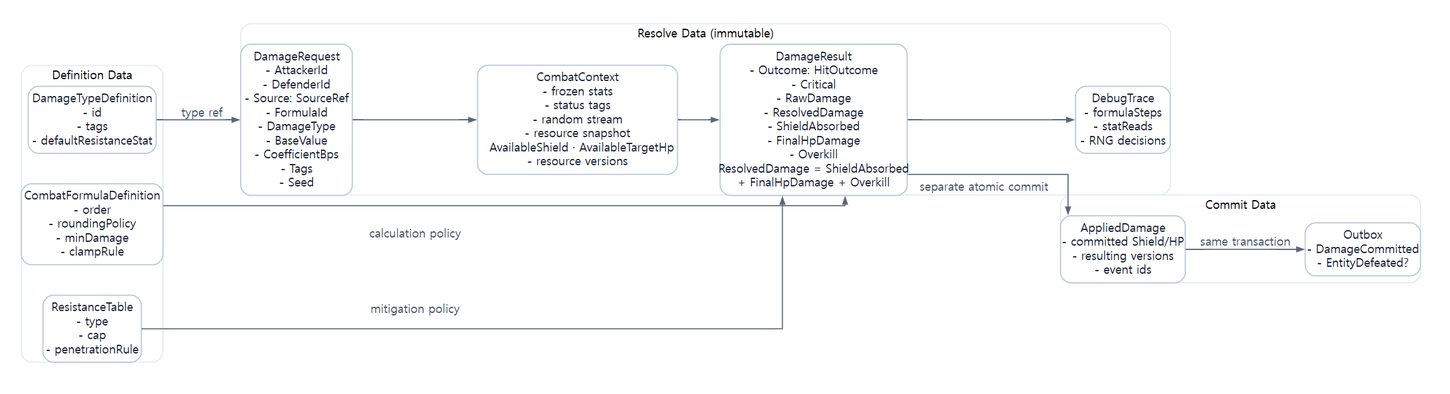
Before: assets/diagrams/25_combat_data_model_diagram.png, a diagram exported from Graphviz (JY-LemongO/game-system-framework-knowledge-site). Its source is kept beside it as source/diagrams/25_combat_data_model_diagram.dot.
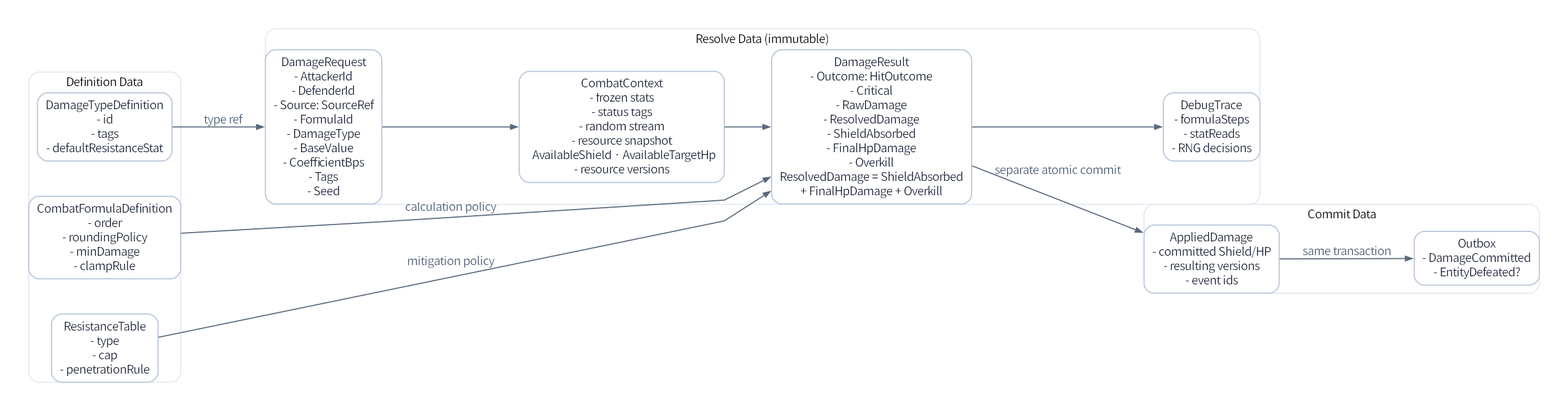
Later version of the same file.

The edit, as a diff of the source:
```diff
@@ -1,8 +1,8 @@
 digraph G {
-  graph [fontname="Noto Sans CJK KR", bgcolor="#ffffff", margin=0.12, pad=0.25, ranksep=0.70, nodesep=0.50];
-  node [fontname="Noto Sans CJK KR", shape=box, style="rounded,filled", color="#bac7db", penwidth=1.4, fillcolor="#ffffff", fontcolor="#182033", margin="0.14,0.09"];
-  edge [fontname="Noto Sans CJK KR", color="#59687e", fontcolor="#46566e", arrowsize=0.8, penwidth=1.3];
-  rankdir=LR; splines=ortho;
+  graph [fontname="Noto Sans KR", bgcolor="#ffffff", margin=0.12, pad=0.25, ranksep=0.76, nodesep=0.58];
+  node [fontname="Noto Sans KR", shape=box, style="rounded,filled", color="#bac7db", penwidth=1.4, fillcolor="#ffffff", fontcolor="#182033", margin="0.14,0.09"];
+  edge [fontname="Noto Sans KR", color="#59687e", fontcolor="#46566e", arrowsize=0.8, penwidth=1.3];
+  rankdir=LR; splines=polyline;
 
   subgraph cluster_def { label="Definition Data"; color="#dbe3ef"; style="rounded";
     DamageTypeDefinition [label="DamageTypeDefinition\n- id\n- tags\n- defaultResistanceStat"];
```
